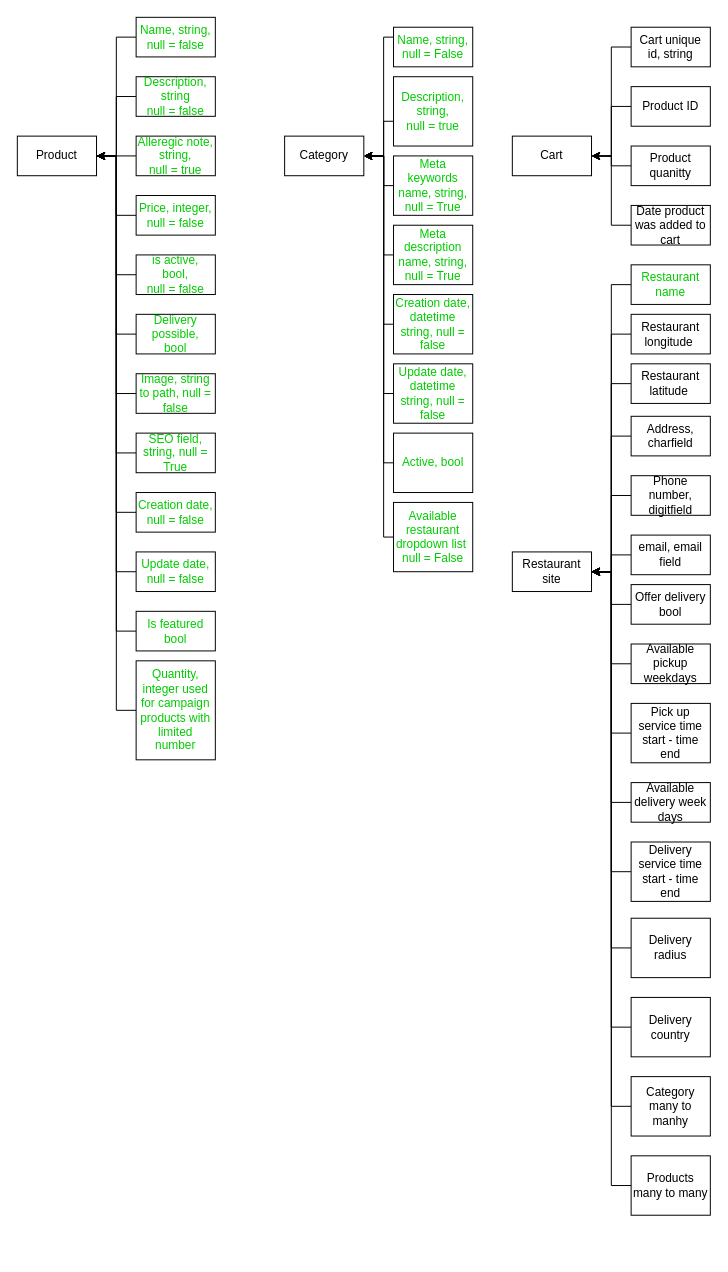
Before: Untitled Diagram.drawio in JianDk/HD_website, a draw.io diagram. Source tidied: cells renumbered, new cells numbered last; positions are measured from the earlier drawing's top-left corner, leaving out a move shared by most shapes. Both pictures are drawn from the tidied source at 99%, with x=0, y=0 at pixel (17, 17).
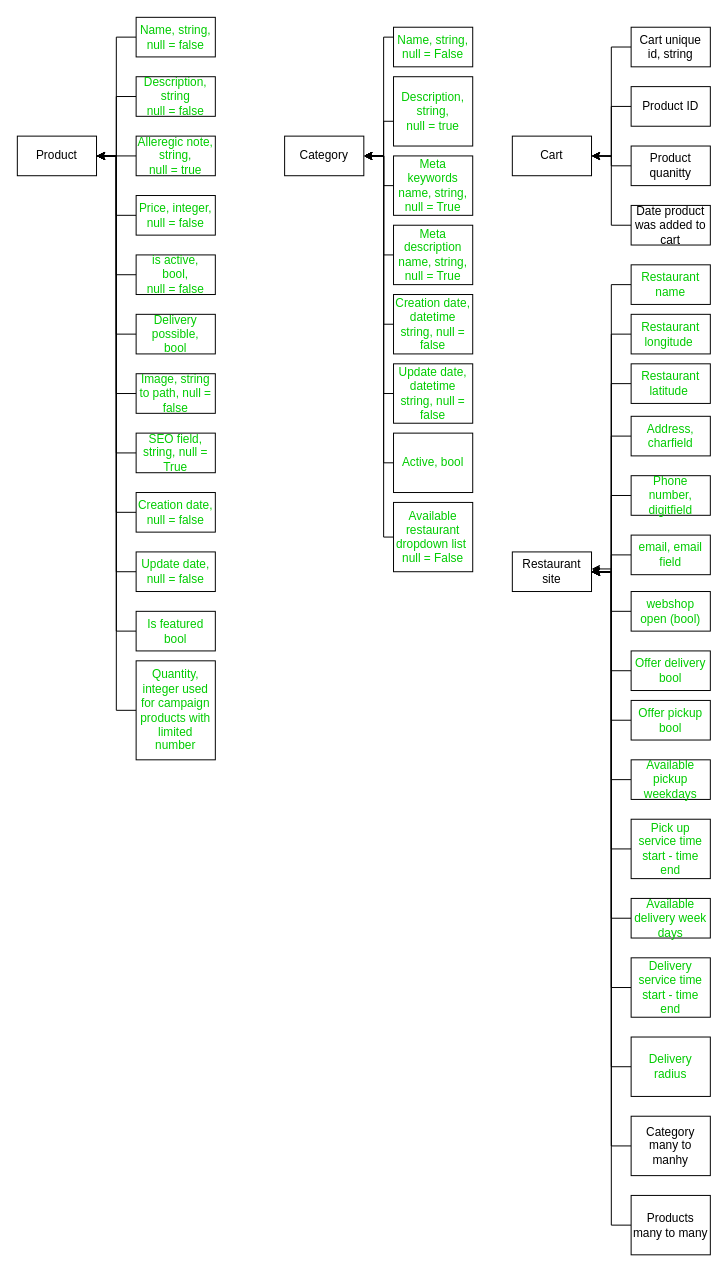
The same page after the edit.

Unchanged cells that the change refers to:
```xml
<mxCell id="53" value="Restaurant site" style="rounded=0;whiteSpace=wrap;html=1;" parent="1" vertex="1">
  <mxGeometry x="500" y="540" width="80" height="40" as="geometry" />
</mxCell>
```

What changed in the source:
```diff
@@
-    <mxCell id="55" value="Address, charfield" style="rounded=0;whiteSpace=wrap;html=1;" parent="1" vertex="1">
+    <mxCell id="55" value="&lt;font color=&quot;#00cc00&quot;&gt;Address, charfield&lt;/font&gt;" style="rounded=0;whiteSpace=wrap;html=1;" parent="1" vertex="1">
       <mxGeometry x="620" y="403" width="80" height="40" as="geometry" />
     </mxCell>
@@
-    <mxCell id="57" value="Phone number, digitfield" style="rounded=0;whiteSpace=wrap;html=1;" parent="1" vertex="1">
+    <mxCell id="57" value="&lt;font color=&quot;#00cc00&quot;&gt;Phone number, digitfield&lt;/font&gt;" style="rounded=0;whiteSpace=wrap;html=1;" parent="1" vertex="1">
       <mxGeometry x="620" y="463" width="80" height="40" as="geometry" />
     </mxCell>
@@
-    <mxCell id="59" value="email, email field" style="rounded=0;whiteSpace=wrap;html=1;" parent="1" vertex="1">
+    <mxCell id="59" value="&lt;font color=&quot;#00cc00&quot;&gt;email, email field&lt;/font&gt;" style="rounded=0;whiteSpace=wrap;html=1;" parent="1" vertex="1">
       <mxGeometry x="620" y="523" width="80" height="40" as="geometry" />
     </mxCell>
@@
-    <mxCell id="61" value="Offer delivery&lt;br&gt;bool" style="rounded=0;whiteSpace=wrap;html=1;" parent="1" vertex="1">
-      <mxGeometry x="620" y="573" width="80" height="40" as="geometry" />
+    <mxCell id="61" value="&lt;font color=&quot;#00cc00&quot;&gt;Offer delivery&lt;br&gt;bool&lt;/font&gt;" style="rounded=0;whiteSpace=wrap;html=1;" parent="1" vertex="1">
+      <mxGeometry x="620" y="640" width="80" height="40" as="geometry" />
     </mxCell>
@@
-    <mxCell id="63" value="Pick up service time start - time end" style="rounded=0;whiteSpace=wrap;html=1;" parent="1" vertex="1">
-      <mxGeometry x="620" y="693" width="80" height="60" as="geometry" />
+    <mxCell id="63" value="&lt;font color=&quot;#00cc00&quot;&gt;Pick up service time start - time end&lt;/font&gt;" style="rounded=0;whiteSpace=wrap;html=1;" parent="1" vertex="1">
+      <mxGeometry x="620" y="810" width="80" height="60" as="geometry" />
     </mxCell>
-    <mxCell id="64" style="edgeStyle=orthogonalEdgeStyle;rounded=0;jettySize=auto;html=1;" parent="1" edge="1" source="65">
-      <mxGeometry relative="1" as="geometry">
-        <mxPoint x="580" y="560" as="targetPoint" />
-        <Array as="points">
-          <mxPoint x="600" y="793" />
-          <mxPoint x="600" y="560" />
-        </Array>
-      </mxGeometry>
-    </mxCell>
+    <mxCell id="84" style="edgeStyle=orthogonalEdgeStyle;rounded=0;jettySize=auto;html=1;entryX=1;entryY=0.5;entryDx=0;entryDy=0;" parent="1" edge="1" source="65" target="53">
+      <mxGeometry relative="1" as="geometry" />
+    </mxCell>
-    <mxCell id="65" value="Available delivery week days" style="rounded=0;whiteSpace=wrap;html=1;" parent="1" vertex="1">
-      <mxGeometry x="620" y="773" width="80" height="40" as="geometry" />
+    <mxCell id="65" value="&lt;font color=&quot;#00cc00&quot;&gt;Available delivery week days&lt;/font&gt;" style="rounded=0;whiteSpace=wrap;html=1;" parent="1" vertex="1">
+      <mxGeometry x="620" y="890" width="80" height="40" as="geometry" />
     </mxCell>
-    <mxCell id="66" style="edgeStyle=orthogonalEdgeStyle;rounded=0;jettySize=auto;html=1;" parent="1" edge="1" source="67">
-      <mxGeometry relative="1" as="geometry">
-        <mxPoint x="580" y="560" as="targetPoint" />
-        <Array as="points">
-          <mxPoint x="600" y="653" />
-          <mxPoint x="600" y="560" />
-        </Array>
-      </mxGeometry>
-    </mxCell>
+    <mxCell id="85" style="edgeStyle=orthogonalEdgeStyle;rounded=0;jettySize=auto;html=1;entryX=1;entryY=0.5;entryDx=0;entryDy=0;" parent="1" edge="1" source="67" target="53">
+      <mxGeometry relative="1" as="geometry" />
+    </mxCell>
-    <mxCell id="67" value="Available pickup weekdays" style="rounded=0;whiteSpace=wrap;html=1;" parent="1" vertex="1">
-      <mxGeometry x="620" y="633" width="80" height="40" as="geometry" />
+    <mxCell id="67" value="&lt;font color=&quot;#00cc00&quot;&gt;Available pickup weekdays&lt;/font&gt;" style="rounded=0;whiteSpace=wrap;html=1;" parent="1" vertex="1">
+      <mxGeometry x="620" y="750" width="80" height="40" as="geometry" />
     </mxCell>
-    <mxCell id="68" style="edgeStyle=orthogonalEdgeStyle;rounded=0;jettySize=auto;html=1;" parent="1" edge="1" source="69">
-      <mxGeometry relative="1" as="geometry">
-        <mxPoint x="580" y="560" as="targetPoint" />
-        <Array as="points">
-          <mxPoint x="600" y="863" />
-          <mxPoint x="600" y="560" />
-        </Array>
-      </mxGeometry>
-    </mxCell>
+    <mxCell id="86" style="edgeStyle=orthogonalEdgeStyle;rounded=0;jettySize=auto;html=1;entryX=1;entryY=0.5;entryDx=0;entryDy=0;" parent="1" edge="1" source="69" target="53">
+      <mxGeometry relative="1" as="geometry" />
+    </mxCell>
-    <mxCell id="69" value="Delivery service time start - time end" style="rounded=0;whiteSpace=wrap;html=1;" parent="1" vertex="1">
-      <mxGeometry x="620" y="833" width="80" height="60" as="geometry" />
+    <mxCell id="69" value="&lt;font color=&quot;#00cc00&quot;&gt;Delivery service time start - time end&lt;/font&gt;" style="rounded=0;whiteSpace=wrap;html=1;" parent="1" vertex="1">
+      <mxGeometry x="620" y="950" width="80" height="60" as="geometry" />
     </mxCell>
@@
-    <mxCell id="71" value="Restaurant longitude&amp;nbsp;" style="rounded=0;whiteSpace=wrap;html=1;" parent="1" vertex="1">
+    <mxCell id="71" value="&lt;font color=&quot;#00cc00&quot;&gt;Restaurant longitude&amp;nbsp;&lt;/font&gt;" style="rounded=0;whiteSpace=wrap;html=1;" parent="1" vertex="1">
       <mxGeometry x="620" y="300" width="80" height="40" as="geometry" />
     </mxCell>
@@
-    <mxCell id="73" value="Restaurant latitude&amp;nbsp;" style="rounded=0;whiteSpace=wrap;html=1;" parent="1" vertex="1">
+    <mxCell id="73" value="&lt;font color=&quot;#00cc00&quot;&gt;Restaurant latitude&amp;nbsp;&lt;/font&gt;" style="rounded=0;whiteSpace=wrap;html=1;" parent="1" vertex="1">
       <mxGeometry x="620" y="350" width="80" height="40" as="geometry" />
     </mxCell>
-    <mxCell id="74" style="edgeStyle=orthogonalEdgeStyle;rounded=0;jettySize=auto;html=1;entryX=1;entryY=0.5;entryDx=0;entryDy=0;" parent="1" edge="1" source="75" target="53">
-      <mxGeometry relative="1" as="geometry" />
-    </mxCell>
+    <mxCell id="87" style="edgeStyle=orthogonalEdgeStyle;rounded=0;jettySize=auto;html=1;" parent="1" edge="1" source="75">
+      <mxGeometry relative="1" as="geometry">
+        <mxPoint x="580" y="557.2" as="targetPoint" />
+        <Array as="points">
+          <mxPoint x="600" y="1060" />
+          <mxPoint x="600" y="557" />
+        </Array>
+      </mxGeometry>
+    </mxCell>
-    <mxCell id="75" value="Delivery radius" style="rounded=0;whiteSpace=wrap;html=1;" parent="1" vertex="1">
-      <mxGeometry x="620" y="910" width="80" height="60" as="geometry" />
+    <mxCell id="75" value="&lt;font color=&quot;#00cc00&quot;&gt;Delivery radius&lt;/font&gt;" style="rounded=0;whiteSpace=wrap;html=1;" parent="1" vertex="1">
+      <mxGeometry x="620" y="1030" width="80" height="60" as="geometry" />
     </mxCell>
-    <mxCell id="76" style="edgeStyle=orthogonalEdgeStyle;rounded=0;jettySize=auto;html=1;" parent="1" edge="1" source="77">
-      <mxGeometry relative="1" as="geometry">
-        <mxPoint x="580" y="560" as="targetPoint" />
-        <Array as="points">
-          <mxPoint x="600" y="1020" />
-          <mxPoint x="600" y="560" />
-        </Array>
-      </mxGeometry>
-    </mxCell>
-    <mxCell id="77" value="Delivery country" style="rounded=0;whiteSpace=wrap;html=1;" parent="1" vertex="1">
-      <mxGeometry x="620" y="990" width="80" height="60" as="geometry" />
-    </mxCell>
@@
     <mxCell id="81" value="Category many to manhy" style="rounded=0;whiteSpace=wrap;html=1;" parent="1" vertex="1">
-      <mxGeometry x="620" y="1070" width="80" height="60" as="geometry" />
+      <mxGeometry x="620" y="1110" width="80" height="60" as="geometry" />
     </mxCell>
@@
     <mxCell id="83" value="Products many to many" style="rounded=0;whiteSpace=wrap;html=1;" parent="1" vertex="1">
-      <mxGeometry x="620" y="1150" width="80" height="60" as="geometry" />
+      <mxGeometry x="620" y="1190" width="80" height="60" as="geometry" />
     </mxCell>
+    <mxCell id="88" style="edgeStyle=orthogonalEdgeStyle;rounded=0;jettySize=auto;html=1;" parent="1" edge="1" source="89">
+      <mxGeometry relative="1" as="geometry">
+        <mxPoint x="580" y="560" as="targetPoint" />
+        <Array as="points">
+          <mxPoint x="600" y="600" />
+          <mxPoint x="600" y="560" />
+        </Array>
+      </mxGeometry>
+    </mxCell>
+    <mxCell id="89" value="&lt;font color=&quot;#00cc00&quot;&gt;webshop open (bool)&lt;/font&gt;" style="rounded=0;whiteSpace=wrap;html=1;" parent="1" vertex="1">
+      <mxGeometry x="620" y="580" width="80" height="40" as="geometry" />
+    </mxCell>
+    <mxCell id="90" style="edgeStyle=orthogonalEdgeStyle;rounded=0;jettySize=auto;html=1;entryX=1;entryY=0.5;entryDx=0;entryDy=0;" parent="1" edge="1" source="91" target="53">
+      <mxGeometry relative="1" as="geometry" />
+    </mxCell>
+    <mxCell id="91" value="&lt;font color=&quot;#00cc00&quot;&gt;Offer pickup bool&lt;/font&gt;" style="rounded=0;whiteSpace=wrap;html=1;" parent="1" vertex="1">
+      <mxGeometry x="620" y="690" width="80" height="40" as="geometry" />
+    </mxCell>
```
